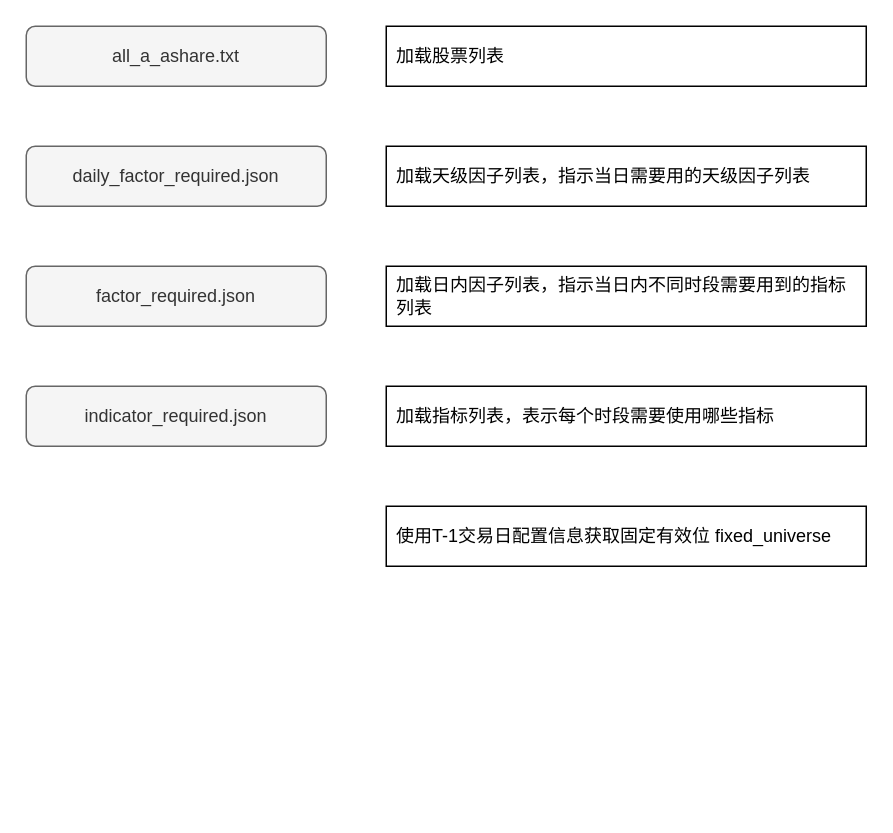
The draw.io diagram gaalaxy.drawio in zhaxd123/drawio, before the edit. Source tidied: cells renumbered, new cells numbered last; positions are measured from the earlier drawing's top-left corner, leaving out a move shared by most shapes. Both pictures are drawn from the tidied source at 150%, with x=0, y=0 at pixel (26, 26).
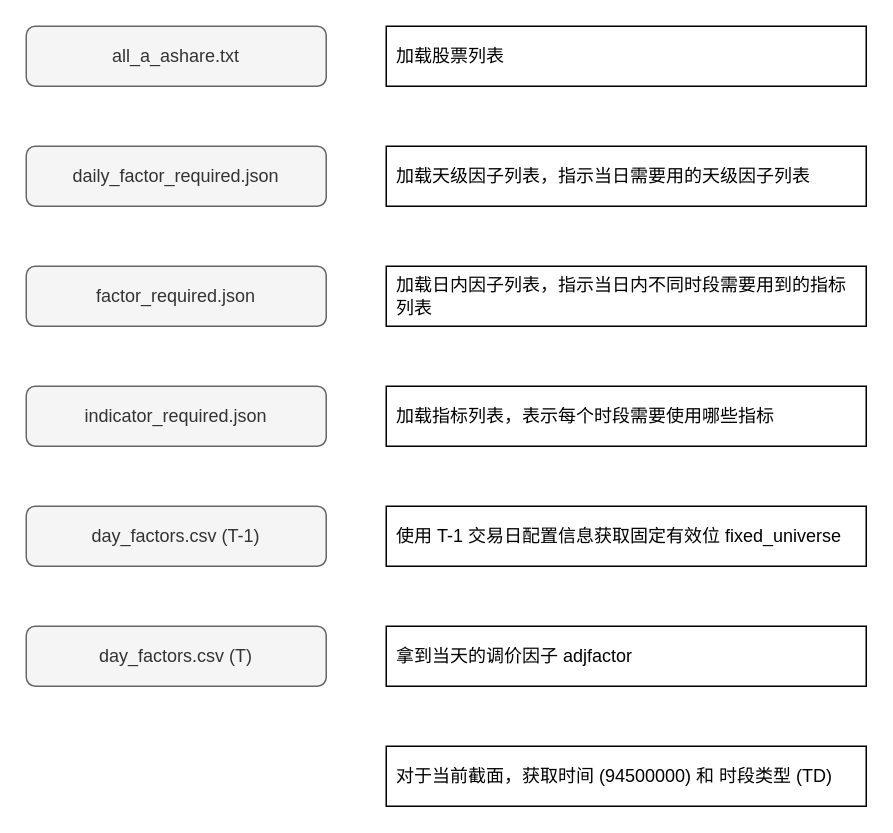
The same page after the edit.

Diff of the diagram source:
```diff
@@
 <mxGraphModel>
   <root>
     <mxCell id="0" />
     <mxCell id="1" parent="0" />
     <mxCell id="2" value="加载股票列表" style="rounded=0;whiteSpace=wrap;html=1;align=left;spacingLeft=5;spacingRight=5;spacingTop=2;spacingBottom=2;" parent="1" vertex="1">
       <mxGeometry x="240" width="320" height="40" as="geometry" />
     </mxCell>
     <mxCell id="3" value="all_a_ashare.txt" style="rounded=1;whiteSpace=wrap;html=1;fillColor=#f5f5f5;strokeColor=#666666;fontColor=#333333;" parent="1" vertex="1">
       <mxGeometry width="200" height="40" as="geometry" />
     </mxCell>
     <mxCell id="4" value="加载天级因子列表，指示当日需要用的天级因子列表" style="rounded=0;whiteSpace=wrap;html=1;align=left;spacingLeft=5;spacingRight=5;spacingTop=2;spacingBottom=2;" parent="1" vertex="1">
       <mxGeometry x="240" y="80" width="320" height="40" as="geometry" />
     </mxCell>
     <mxCell id="5" value="daily_factor_required.json" style="rounded=1;whiteSpace=wrap;html=1;fillColor=#f5f5f5;strokeColor=#666666;fontColor=#333333;" parent="1" vertex="1">
       <mxGeometry y="80" width="200" height="40" as="geometry" />
     </mxCell>
     <mxCell id="6" value="加载日内因子列表，指示当日内不同时段需要用到的指标列表" style="rounded=0;whiteSpace=wrap;html=1;align=left;spacingLeft=5;spacingRight=5;spacingTop=2;spacingBottom=2;" parent="1" vertex="1">
       <mxGeometry x="240" y="160" width="320" height="40" as="geometry" />
     </mxCell>
     <mxCell id="7" value="factor_required.json" style="rounded=1;whiteSpace=wrap;html=1;fillColor=#f5f5f5;strokeColor=#666666;fontColor=#333333;" parent="1" vertex="1">
       <mxGeometry y="160" width="200" height="40" as="geometry" />
     </mxCell>
     <mxCell id="8" value="加载指标列表，表示每个时段需要使用哪些指标" style="rounded=0;whiteSpace=wrap;html=1;align=left;spacingLeft=5;spacingRight=5;spacingTop=2;spacingBottom=2;" parent="1" vertex="1">
       <mxGeometry x="240" y="240" width="320" height="40" as="geometry" />
     </mxCell>
     <mxCell id="9" value="indicator_required.json" style="rounded=1;whiteSpace=wrap;html=1;fillColor=#f5f5f5;strokeColor=#666666;fontColor=#333333;" parent="1" vertex="1">
       <mxGeometry y="240" width="200" height="40" as="geometry" />
     </mxCell>
-    <mxCell id="10" value="使用T-1交易日配置信息获取固定有效位&amp;nbsp;fixed_universe" style="rounded=0;whiteSpace=wrap;html=1;align=left;spacingLeft=5;spacingRight=5;spacingTop=2;spacingBottom=2;" parent="1" vertex="1">
+    <mxCell id="10" value="使用 T-1 交易日配置信息获取固定有效位&amp;nbsp;fixed_universe" style="rounded=0;whiteSpace=wrap;html=1;align=left;spacingLeft=5;spacingRight=5;spacingTop=2;spacingBottom=2;" parent="1" vertex="1">
       <mxGeometry x="240" y="320" width="320" height="40" as="geometry" />
     </mxCell>
+    <mxCell id="11" value="day_factors.csv (T-1)" style="rounded=1;whiteSpace=wrap;html=1;fillColor=#f5f5f5;strokeColor=#666666;fontColor=#333333;" parent="1" vertex="1">
+      <mxGeometry y="320" width="200" height="40" as="geometry" />
+    </mxCell>
+    <mxCell id="12" value="拿到当天的调价因子&amp;nbsp;adjfactor" style="rounded=0;whiteSpace=wrap;html=1;align=left;spacingLeft=5;spacingRight=5;spacingTop=2;spacingBottom=2;" parent="1" vertex="1">
+      <mxGeometry x="240" y="400" width="320" height="40" as="geometry" />
+    </mxCell>
+    <mxCell id="13" value="day_factors.csv (T)" style="rounded=1;whiteSpace=wrap;html=1;fillColor=#f5f5f5;strokeColor=#666666;fontColor=#333333;" parent="1" vertex="1">
+      <mxGeometry y="400" width="200" height="40" as="geometry" />
+    </mxCell>
+    <mxCell id="14" value="对于当前截面，获取时间 (94500000)&amp;nbsp;和&amp;nbsp;时段类型 (TD)" style="rounded=0;whiteSpace=wrap;html=1;align=left;spacingLeft=5;spacingRight=5;spacingTop=2;spacingBottom=2;" parent="1" vertex="1">
+      <mxGeometry x="240" y="480" width="320" height="40" as="geometry" />
+    </mxCell>
   </root>
 </mxGraphModel>
```
